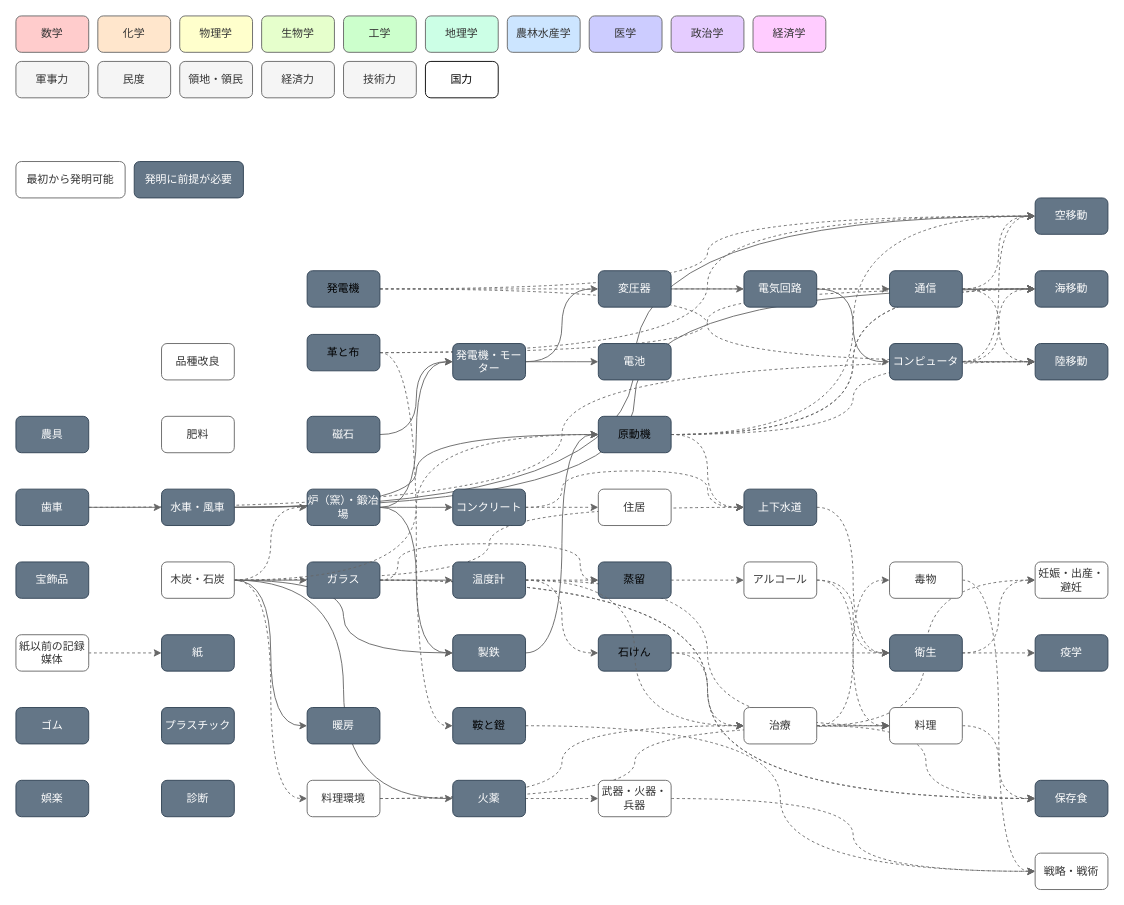
This is 01_設計/グラフィカル設計書.dio from puuuii/civilization_simulation, a draw.io file, before an edit. Source tidied: cells renumbered, new cells numbered last; positions are measured from the earlier drawing's top-left corner, leaving out a move shared by most shapes. Both pictures are drawn from the tidied source at 91%, with x=0, y=0 at pixel (15, 15).
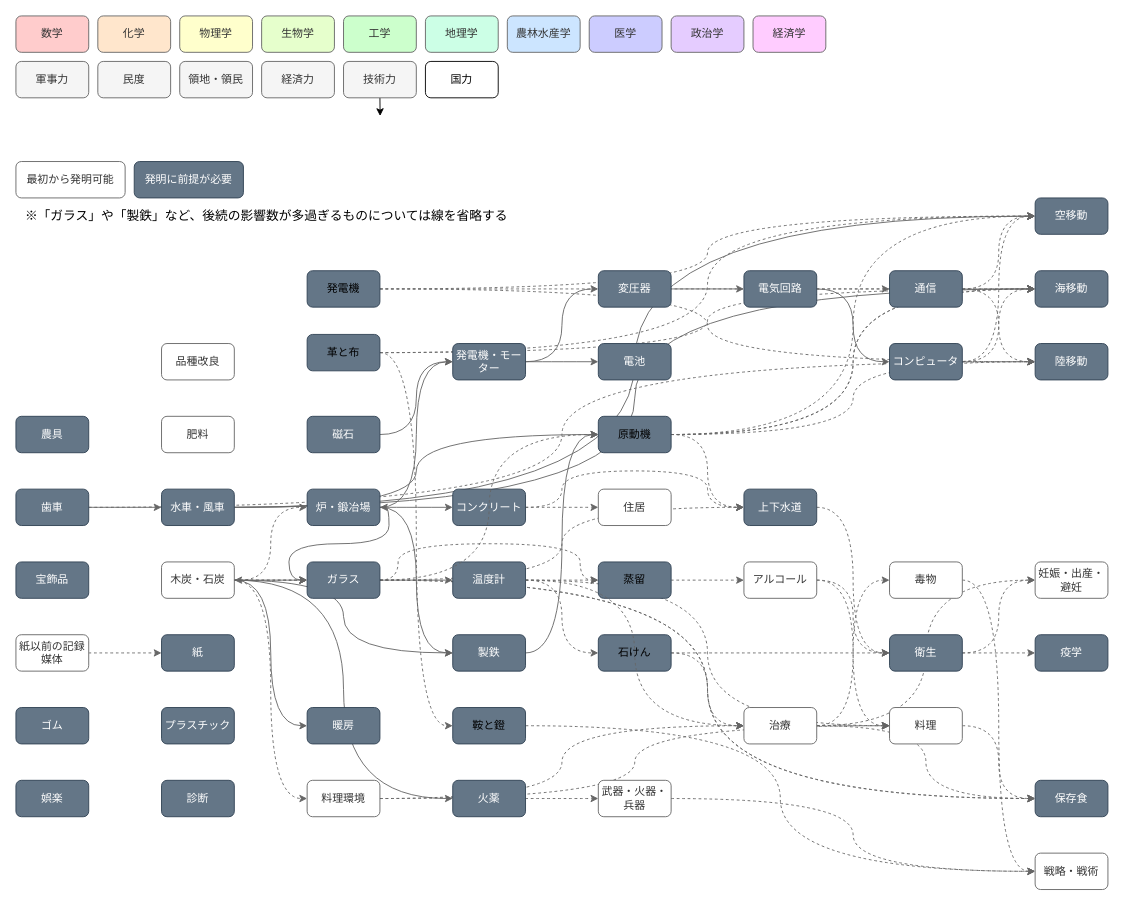
After the change.

Commit message (it also covers changes not shown here):
add: 文明構成書書き始め

The change refers to these unchanged cells:
```xml
<mxCell id="57" value="木炭・石炭" style="whiteSpace=wrap;html=1;shadow=0;strokeColor=#666666;glass=0;fontColor=#333333;gradientDirection=east;rounded=1;fillColor=#FFFFFF;" parent="1" vertex="1">
  <mxGeometry x="160" y="600" width="80" height="40" as="geometry" />
</mxCell>
<mxCell id="116" value="技術力" style="whiteSpace=wrap;html=1;shadow=0;strokeColor=#666666;glass=0;fontColor=#333333;fillColor=#f5f5f5;rounded=1;" parent="1" vertex="1">
  <mxGeometry x="360" y="50" width="80" height="40" as="geometry" />
</mxCell>
<mxCell id="122" value="&lt;span style=&quot;&quot;&gt;原動機&lt;/span&gt;" style="whiteSpace=wrap;html=1;shadow=0;strokeColor=#314354;glass=0;gradientDirection=east;rounded=1;fillColor=#647687;" parent="1" vertex="1">
  <mxGeometry x="640" y="440" width="80" height="40" as="geometry" />
</mxCell>
<mxCell id="124" value="上下水道" style="whiteSpace=wrap;html=1;shadow=0;strokeColor=#314354;glass=0;fontColor=#ffffff;gradientDirection=east;rounded=1;fillColor=#647687;" parent="1" vertex="1">
  <mxGeometry x="800" y="520" width="80" height="40" as="geometry" />
</mxCell>
```

Change to the diagram source:
```diff
@@
-    <mxCell id="4" style="edgeStyle=orthogonalEdgeStyle;curved=1;jettySize=auto;html=1;entryX=0;entryY=0.5;entryDx=0;entryDy=0;dashed=1;strokeColor=#666666;" parent="1" edge="1" source="57" target="124">
+    <mxCell id="4" style="edgeStyle=orthogonalEdgeStyle;curved=1;jettySize=auto;html=1;entryX=0;entryY=0.5;entryDx=0;entryDy=0;dashed=1;strokeColor=#666666;" parent="1" edge="1" source="24" target="124">
       <mxGeometry relative="1" as="geometry" />
     </mxCell>
@@
-    <mxCell id="24" value="ガラス" style="whiteSpace=wrap;html=1;shadow=0;strokeColor=#314354;glass=0;fontColor=#ffffff;gradientDirection=east;rounded=1;fillColor=#647687;" parent="1" vertex="1">
-      <mxGeometry x="320" y="600" width="80" height="40" as="geometry" />
-    </mxCell>
@@
-    <mxCell id="54" style="edgeStyle=orthogonalEdgeStyle;jettySize=auto;html=1;entryX=0;entryY=0.5;entryDx=0;entryDy=0;strokeColor=#666666;fontColor=#242424;dashed=1;fillColor=#f5f5f5;curved=1;" parent="1" edge="1" source="57" target="71">
+    <mxCell id="54" style="edgeStyle=orthogonalEdgeStyle;jettySize=auto;html=1;entryX=0;entryY=0.5;entryDx=0;entryDy=0;strokeColor=#666666;fontColor=#242424;dashed=1;fillColor=#f5f5f5;curved=1;startArrow=classic;startFill=1;" parent="1" edge="1" source="57" target="71">
       <mxGeometry relative="1" as="geometry" />
     </mxCell>
@@
+    <mxCell id="139" style="edgeStyle=orthogonalEdgeStyle;jettySize=auto;html=1;entryX=0;entryY=0.5;entryDx=0;entryDy=0;startArrow=classic;startFill=1;fontSize=14;fontColor=#000000;curved=1;strokeColor=#666666;" parent="1" edge="1" source="71" target="24">
+      <mxGeometry relative="1" as="geometry">
+        <Array as="points">
+          <mxPoint x="410" y="540" />
+          <mxPoint x="410" y="580" />
+          <mxPoint x="300" y="580" />
+          <mxPoint x="300" y="620" />
+        </Array>
+      </mxGeometry>
+    </mxCell>
-    <mxCell id="71" value="&lt;span style=&quot;&quot;&gt;炉（窯）・鍛冶場&lt;/span&gt;" style="whiteSpace=wrap;html=1;shadow=0;strokeColor=#314354;glass=0;gradientDirection=east;rounded=1;fillColor=#647687;fontColor=#FFFFFF;" parent="1" vertex="1">
+    <mxCell id="71" value="&lt;span&gt;炉・鍛冶場&lt;/span&gt;" style="whiteSpace=wrap;html=1;shadow=0;strokeColor=#314354;glass=0;gradientDirection=east;rounded=1;fillColor=#647687;fontColor=#FFFFFF;" parent="1" vertex="1">
       <mxGeometry x="320" y="520" width="80" height="40" as="geometry" />
     </mxCell>
@@
+    <mxCell id="140" style="edgeStyle=orthogonalEdgeStyle;rounded=0;jettySize=auto;html=1;exitX=0.5;exitY=1;exitDx=0;exitDy=0;" parent="1" edge="1" source="116">
+      <mxGeometry relative="1" as="geometry">
+        <mxPoint x="400.2" y="110" as="targetPoint" />
+      </mxGeometry>
+    </mxCell>
@@
-    <mxCell id="123" style="edgeStyle=orthogonalEdgeStyle;curved=1;jettySize=auto;html=1;entryX=0;entryY=0.5;entryDx=0;entryDy=0;dashed=1;strokeColor=#666666;" parent="1" edge="1" source="57" target="122">
+    <mxCell id="123" style="edgeStyle=orthogonalEdgeStyle;curved=1;jettySize=auto;html=1;entryX=0;entryY=0.5;entryDx=0;entryDy=0;dashed=1;strokeColor=#666666;" parent="1" edge="1" source="24" target="122">
       <mxGeometry relative="1" as="geometry" />
     </mxCell>
@@
+    <mxCell id="141" value="※「ガラス」や「製鉄」など、後続の影響数が多過ぎるものについては線を省略する" style="text;html=1;align=center;verticalAlign=middle;fontColor=#000000;labelBackgroundColor=none;labelBorderColor=none;fontSize=14;" parent="1" vertex="1">
+      <mxGeometry y="210" width="550" height="20" as="geometry" />
+    </mxCell>
+    <mxCell id="142" style="edgeStyle=orthogonalEdgeStyle;curved=1;jettySize=auto;html=1;entryX=0;entryY=0.5;entryDx=0;entryDy=0;dashed=1;strokeColor=#666666;" parent="1" edge="1" source="57" target="24">
+      <mxGeometry relative="1" as="geometry" />
+    </mxCell>
+    <mxCell id="24" value="ガラス" style="whiteSpace=wrap;html=1;shadow=0;strokeColor=#314354;glass=0;fontColor=#ffffff;gradientDirection=east;rounded=1;fillColor=#647687;" parent="1" vertex="1">
+      <mxGeometry x="320" y="600" width="80" height="40" as="geometry" />
+    </mxCell>
+    <mxCell id="143" style="edgeStyle=orthogonalEdgeStyle;curved=1;jettySize=auto;html=1;entryX=0;entryY=0.5;entryDx=0;entryDy=0;dashed=1;strokeColor=#666666;" parent="1" edge="1" source="57" target="24">
+      <mxGeometry relative="1" as="geometry" />
+    </mxCell>
```
